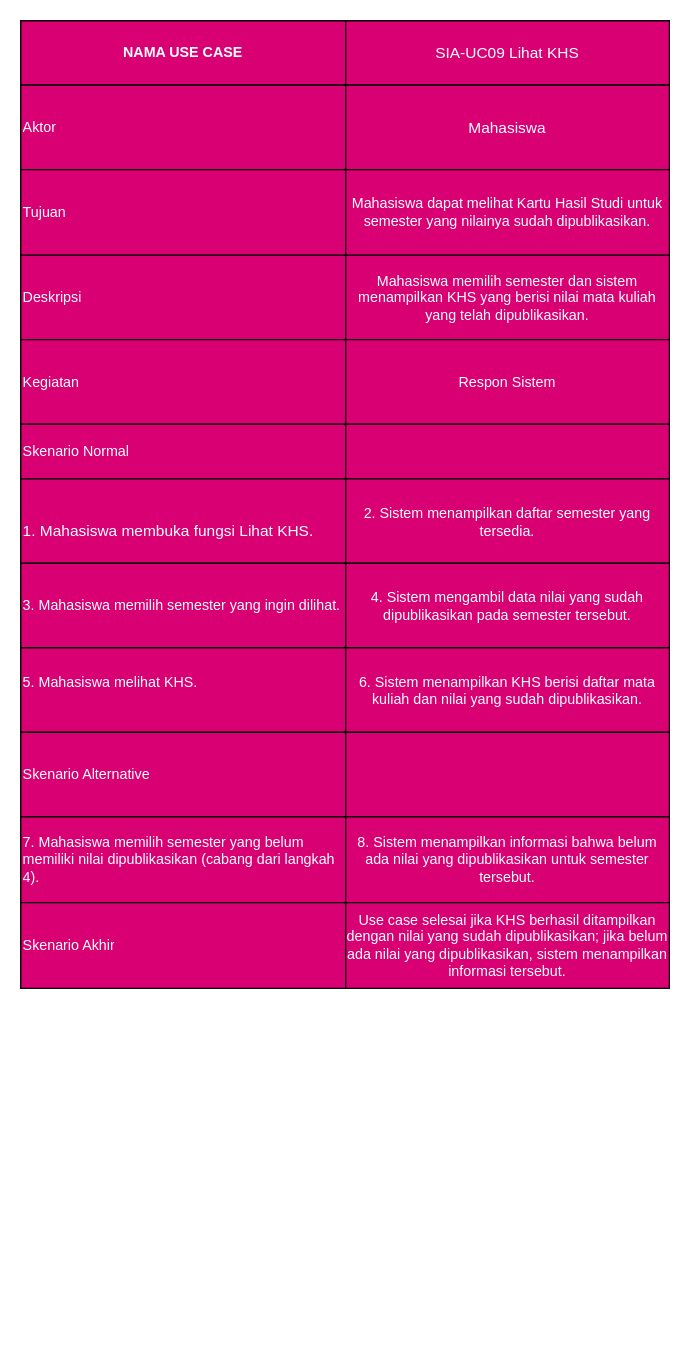
RahmatAP/IFRWP5149_2406006_LabAlat keeps this draw.io diagram as page "SIA - UC09" (4 of 8) of 04_model_analisis/P05/SIA/P05_2406006_SIA_skenario_v01.drawio. Above is the earlier version. Source tidied: cells renumbered, new cells numbered last; positions are measured from the earlier drawing's top-left corner, leaving out a move shared by most shapes. Both pictures are drawn from the tidied source at 119%, with x=0, y=0 at pixel (20, 20).
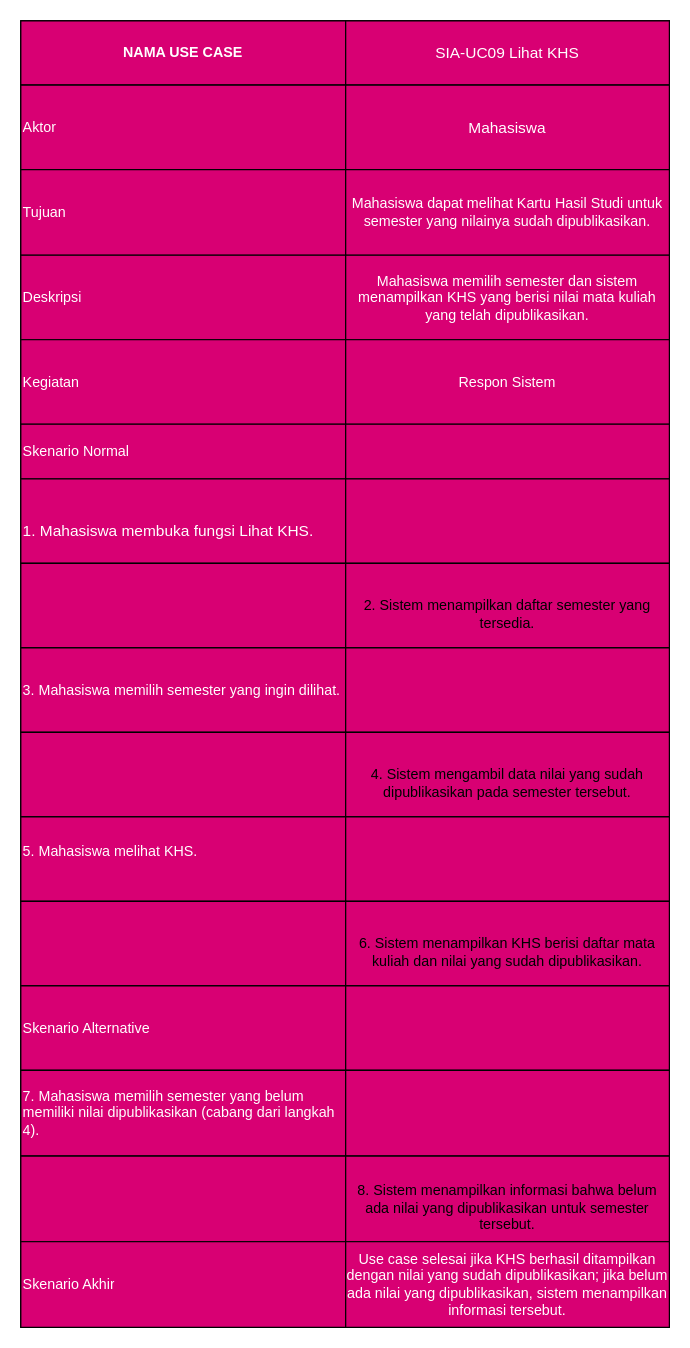
Above is the later version.

The change refers to these unchanged cells:
```xml
<mxCell id="21" style="shape=tableRow;horizontal=0;startSize=0;swimlaneHead=0;swimlaneBody=0;fillColor=none;fixedHeader=1;labelBorderColor=none;swimlaneFillColor=light-dark(#D80073,transparent);strokeColor=light-dark(#000000,#000000);fontColor=#ffffff;" parent="2" vertex="1">
  <mxGeometry y="385" width="545" height="71" as="geometry" />
</mxCell>
```

What changed in the source:
```diff
@@
     <mxCell id="2" style="shape=table;startSize=0;childLayout=tableLayout;fixedHeader=1;tableRender=collapsed;labelBorderColor=none;swimlaneFillColor=light-dark(#D80073,transparent);strokeColor=light-dark(#000000,#000000);fontColor=#ffffff;" parent="1" vertex="1">
-      <mxGeometry width="545" height="812.5" as="geometry" />
+      <mxGeometry width="545" height="1097.5" as="geometry" />
     </mxCell>
@@
-    <mxCell id="23" value="2. Sistem menampilkan daftar semester yang tersedia.&lt;span&gt;&lt;/span&gt;" style="shape=partialRectangle;html=1;whiteSpace=wrap;overflow=hidden;labelBorderColor=none;fillColor=light-dark(#D80073,transparent);strokeColor=light-dark(#000000,#000000);fontColor=#ffffff;" parent="21" vertex="1">
+    <mxCell id="23" style="shape=partialRectangle;html=1;whiteSpace=wrap;overflow=hidden;labelBorderColor=none;fillColor=light-dark(#D80073,transparent);strokeColor=light-dark(#000000,#000000);fontColor=#ffffff;" parent="21" vertex="1">
       <mxGeometry x="273" width="272" height="71" as="geometry" />
     </mxCell>
+    <mxCell id="39" style="shape=tableRow;horizontal=0;startSize=0;swimlaneHead=0;swimlaneBody=0;fillColor=none;fixedHeader=1;labelBorderColor=none;swimlaneFillColor=light-dark(#D80073,transparent);strokeColor=light-dark(#000000,#000000);fontColor=#ffffff;" parent="2" vertex="1">
+      <mxGeometry y="456" width="545" height="71" as="geometry" />
+    </mxCell>
+    <mxCell id="40" style="shape=partialRectangle;html=1;whiteSpace=wrap;overflow=hidden;align=left;textShadow=0;labelBorderColor=none;fillColor=light-dark(#D80073,transparent);strokeColor=light-dark(#000000,#000000);fontColor=#ffffff;" parent="39" vertex="1">
+      <mxGeometry width="273" height="71" as="geometry" />
+    </mxCell>
+    <mxCell id="41" value="&lt;span&gt;&lt;br&gt;&lt;span style=&quot;font-family: Helvetica; font-size: 12px; font-style: normal; font-variant-ligatures: normal; font-variant-caps: normal; font-weight: 400; letter-spacing: normal; orphans: 2; text-align: center; text-indent: 0px; text-transform: none; widows: 2; word-spacing: 0px; -webkit-text-stroke-width: 0px; white-space: normal; text-decoration-thickness: initial; text-decoration-style: initial; text-decoration-color: initial; float: none; display: inline !important;&quot;&gt;2. Sistem menampilkan daftar semester yang tersedia.&lt;/span&gt;&lt;br&gt;&lt;/span&gt;" style="shape=partialRectangle;html=1;whiteSpace=wrap;overflow=hidden;labelBorderColor=none;fillColor=light-dark(#D80073,transparent);strokeColor=light-dark(#000000,#000000);fontColor=light-dark(#000000,#000000);" parent="39" vertex="1">
+      <mxGeometry x="273" width="272" height="71" as="geometry" />
+    </mxCell>
     <mxCell id="24" style="shape=tableRow;horizontal=0;startSize=0;swimlaneHead=0;swimlaneBody=0;fillColor=none;fixedHeader=1;labelBorderColor=none;swimlaneFillColor=light-dark(#D80073,transparent);strokeColor=light-dark(#000000,#000000);fontColor=#ffffff;" parent="2" vertex="1">
-      <mxGeometry y="456" width="545" height="71" as="geometry" />
+      <mxGeometry y="527" width="545" height="71" as="geometry" />
     </mxCell>
@@
-    <mxCell id="26" value="4. Sistem mengambil data nilai yang sudah dipublikasikan pada semester tersebut.&lt;span&gt;&lt;/span&gt;" style="shape=partialRectangle;html=1;whiteSpace=wrap;overflow=hidden;labelBorderColor=none;fillColor=light-dark(#D80073,transparent);strokeColor=light-dark(#000000,#000000);fontColor=#ffffff;" parent="24" vertex="1">
+    <mxCell id="26" style="shape=partialRectangle;html=1;whiteSpace=wrap;overflow=hidden;labelBorderColor=none;fillColor=light-dark(#D80073,transparent);strokeColor=light-dark(#000000,#000000);fontColor=#ffffff;" parent="24" vertex="1">
       <mxGeometry x="273" width="272" height="71" as="geometry" />
     </mxCell>
+    <mxCell id="42" style="shape=tableRow;horizontal=0;startSize=0;swimlaneHead=0;swimlaneBody=0;fillColor=none;fixedHeader=1;labelBorderColor=none;swimlaneFillColor=light-dark(#D80073,transparent);strokeColor=light-dark(#000000,#000000);fontColor=#ffffff;" parent="2" vertex="1">
+      <mxGeometry y="598" width="545" height="71" as="geometry" />
+    </mxCell>
+    <mxCell id="43" style="shape=partialRectangle;html=1;whiteSpace=wrap;overflow=hidden;align=left;textShadow=0;labelBorderColor=none;fillColor=light-dark(#D80073,transparent);strokeColor=light-dark(#000000,#000000);fontColor=#ffffff;" parent="42" vertex="1">
+      <mxGeometry width="273" height="71" as="geometry" />
+    </mxCell>
+    <mxCell id="44" value="&lt;span&gt;&lt;br&gt;&lt;span style=&quot;font-family: Helvetica; font-size: 12px; font-style: normal; font-variant-ligatures: normal; font-variant-caps: normal; font-weight: 400; letter-spacing: normal; orphans: 2; text-align: center; text-indent: 0px; text-transform: none; widows: 2; word-spacing: 0px; -webkit-text-stroke-width: 0px; white-space: normal; text-decoration-thickness: initial; text-decoration-style: initial; text-decoration-color: initial; float: none; display: inline !important;&quot;&gt;4. Sistem mengambil data nilai yang sudah dipublikasikan pada semester tersebut.&lt;/span&gt;&lt;br&gt;&lt;/span&gt;" style="shape=partialRectangle;html=1;whiteSpace=wrap;overflow=hidden;labelBorderColor=none;fillColor=light-dark(#D80073,transparent);strokeColor=light-dark(#000000,#000000);fontColor=light-dark(#000000,#000000);" parent="42" vertex="1">
+      <mxGeometry x="273" width="272" height="71" as="geometry" />
+    </mxCell>
     <mxCell id="27" style="shape=tableRow;horizontal=0;startSize=0;swimlaneHead=0;swimlaneBody=0;fillColor=none;fixedHeader=1;labelBorderColor=none;swimlaneFillColor=light-dark(#D80073,transparent);strokeColor=light-dark(#000000,#000000);fontColor=#ffffff;" parent="2" vertex="1">
-      <mxGeometry y="527" width="545" height="71" as="geometry" />
+      <mxGeometry y="669" width="545" height="71" as="geometry" />
     </mxCell>
@@
-    <mxCell id="29" value="6. Sistem menampilkan KHS berisi daftar mata kuliah dan nilai yang sudah dipublikasikan.&lt;span&gt;&lt;/span&gt;" style="shape=partialRectangle;html=1;whiteSpace=wrap;overflow=hidden;labelBorderColor=none;fillColor=light-dark(#D80073,transparent);strokeColor=light-dark(#000000,#000000);fontColor=#ffffff;" parent="27" vertex="1">
+    <mxCell id="29" style="shape=partialRectangle;html=1;whiteSpace=wrap;overflow=hidden;labelBorderColor=none;fillColor=light-dark(#D80073,transparent);strokeColor=light-dark(#000000,#000000);fontColor=#ffffff;" parent="27" vertex="1">
       <mxGeometry x="273" width="272" height="71" as="geometry" />
     </mxCell>
+    <mxCell id="45" style="shape=tableRow;horizontal=0;startSize=0;swimlaneHead=0;swimlaneBody=0;fillColor=none;fixedHeader=1;labelBorderColor=none;swimlaneFillColor=light-dark(#D80073,transparent);strokeColor=light-dark(#000000,#000000);fontColor=#ffffff;" parent="2" vertex="1">
+      <mxGeometry y="740" width="545" height="71" as="geometry" />
+    </mxCell>
+    <mxCell id="46" style="shape=partialRectangle;html=1;whiteSpace=wrap;overflow=hidden;align=left;textShadow=0;labelBorderColor=none;fillColor=light-dark(#D80073,transparent);strokeColor=light-dark(#000000,#000000);fontColor=#ffffff;" parent="45" vertex="1">
+      <mxGeometry width="273" height="71" as="geometry" />
+    </mxCell>
+    <mxCell id="47" value="&lt;span&gt;&lt;br&gt;&lt;span style=&quot;font-family: Helvetica; font-size: 12px; font-style: normal; font-variant-ligatures: normal; font-variant-caps: normal; font-weight: 400; letter-spacing: normal; orphans: 2; text-align: center; text-indent: 0px; text-transform: none; widows: 2; word-spacing: 0px; -webkit-text-stroke-width: 0px; white-space: normal; text-decoration-thickness: initial; text-decoration-style: initial; text-decoration-color: initial; float: none; display: inline !important;&quot;&gt;6. Sistem menampilkan KHS berisi daftar mata kuliah dan nilai yang sudah dipublikasikan.&lt;/span&gt;&lt;br&gt;&lt;/span&gt;" style="shape=partialRectangle;html=1;whiteSpace=wrap;overflow=hidden;labelBorderColor=none;fillColor=light-dark(#D80073,transparent);strokeColor=light-dark(#000000,#000000);fontColor=light-dark(#000000,#000000);" parent="45" vertex="1">
+      <mxGeometry x="273" width="272" height="71" as="geometry" />
+    </mxCell>
     <mxCell id="30" style="shape=tableRow;horizontal=0;startSize=0;swimlaneHead=0;swimlaneBody=0;fillColor=none;fixedHeader=1;labelBorderColor=none;swimlaneFillColor=light-dark(#D80073,transparent);strokeColor=light-dark(#000000,#000000);fontColor=#ffffff;" parent="2" vertex="1">
-      <mxGeometry y="598" width="545" height="71" as="geometry" />
+      <mxGeometry y="811" width="545" height="71" as="geometry" />
     </mxCell>
@@
     <mxCell id="33" style="shape=tableRow;horizontal=0;startSize=0;swimlaneHead=0;swimlaneBody=0;fillColor=none;fixedHeader=1;labelBorderColor=none;swimlaneFillColor=light-dark(#D80073,transparent);strokeColor=light-dark(#000000,#000000);fontColor=#ffffff;" parent="2" vertex="1">
-      <mxGeometry y="669" width="545" height="72" as="geometry" />
+      <mxGeometry y="882" width="545" height="72" as="geometry" />
     </mxCell>
@@
-    <mxCell id="35" value="8. Sistem menampilkan informasi bahwa belum ada nilai yang dipublikasikan untuk semester tersebut.&lt;span&gt;&lt;/span&gt;" style="shape=partialRectangle;html=1;whiteSpace=wrap;overflow=hidden;labelBorderColor=none;fillColor=light-dark(#D80073,transparent);strokeColor=light-dark(#000000,#000000);fontColor=#ffffff;" parent="33" vertex="1">
+    <mxCell id="35" style="shape=partialRectangle;html=1;whiteSpace=wrap;overflow=hidden;labelBorderColor=none;fillColor=light-dark(#D80073,transparent);strokeColor=light-dark(#000000,#000000);fontColor=#ffffff;" parent="33" vertex="1">
       <mxGeometry x="273" width="272" height="72" as="geometry" />
     </mxCell>
+    <mxCell id="48" style="shape=tableRow;horizontal=0;startSize=0;swimlaneHead=0;swimlaneBody=0;fillColor=none;fixedHeader=1;labelBorderColor=none;swimlaneFillColor=light-dark(#D80073,transparent);strokeColor=light-dark(#000000,#000000);fontColor=#ffffff;" parent="2" vertex="1">
+      <mxGeometry y="954" width="545" height="72" as="geometry" />
+    </mxCell>
+    <mxCell id="49" style="shape=partialRectangle;html=1;whiteSpace=wrap;overflow=hidden;align=left;textShadow=0;labelBorderColor=none;fillColor=light-dark(#D80073,transparent);strokeColor=light-dark(#000000,#000000);fontColor=#ffffff;" parent="48" vertex="1">
+      <mxGeometry width="273" height="72" as="geometry" />
+    </mxCell>
+    <mxCell id="50" value="&lt;span&gt;&lt;br&gt;&lt;span style=&quot;font-family: Helvetica; font-size: 12px; font-style: normal; font-variant-ligatures: normal; font-variant-caps: normal; font-weight: 400; letter-spacing: normal; orphans: 2; text-align: center; text-indent: 0px; text-transform: none; widows: 2; word-spacing: 0px; -webkit-text-stroke-width: 0px; white-space: normal; text-decoration-thickness: initial; text-decoration-style: initial; text-decoration-color: initial; float: none; display: inline !important;&quot;&gt;8. Sistem menampilkan informasi bahwa belum ada nilai yang dipublikasikan untuk semester tersebut.&lt;/span&gt;&lt;br&gt;&lt;/span&gt;" style="shape=partialRectangle;html=1;whiteSpace=wrap;overflow=hidden;labelBorderColor=none;fillColor=light-dark(#D80073,transparent);strokeColor=light-dark(#000000,#000000);fontColor=light-dark(#000000,#000000);" parent="48" vertex="1">
+      <mxGeometry x="273" width="272" height="72" as="geometry" />
+    </mxCell>
     <mxCell id="36" style="shape=tableRow;horizontal=0;startSize=0;swimlaneHead=0;swimlaneBody=0;fillColor=none;fixedHeader=1;labelBorderColor=none;swimlaneFillColor=light-dark(#D80073,transparent);strokeColor=light-dark(#000000,#000000);fontColor=#ffffff;" parent="2" vertex="1">
-      <mxGeometry y="741" width="545" height="72" as="geometry" />
+      <mxGeometry y="1026" width="545" height="72" as="geometry" />
     </mxCell>
```
